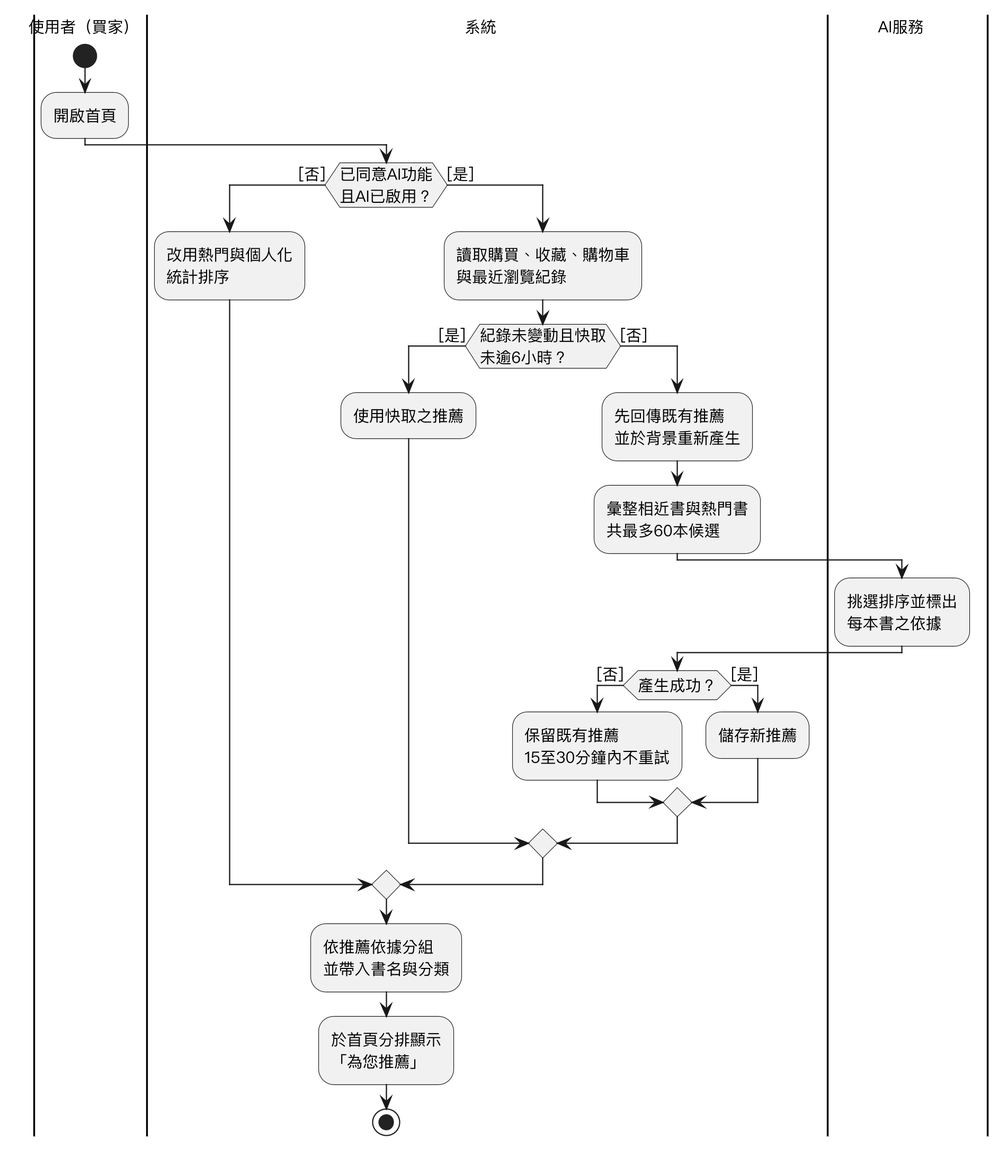
This is Diagrams/Activity diagram/v3/uc23.png from SaveMyBook/SaveMyBook, a PlantUML export, as it was before one commit.
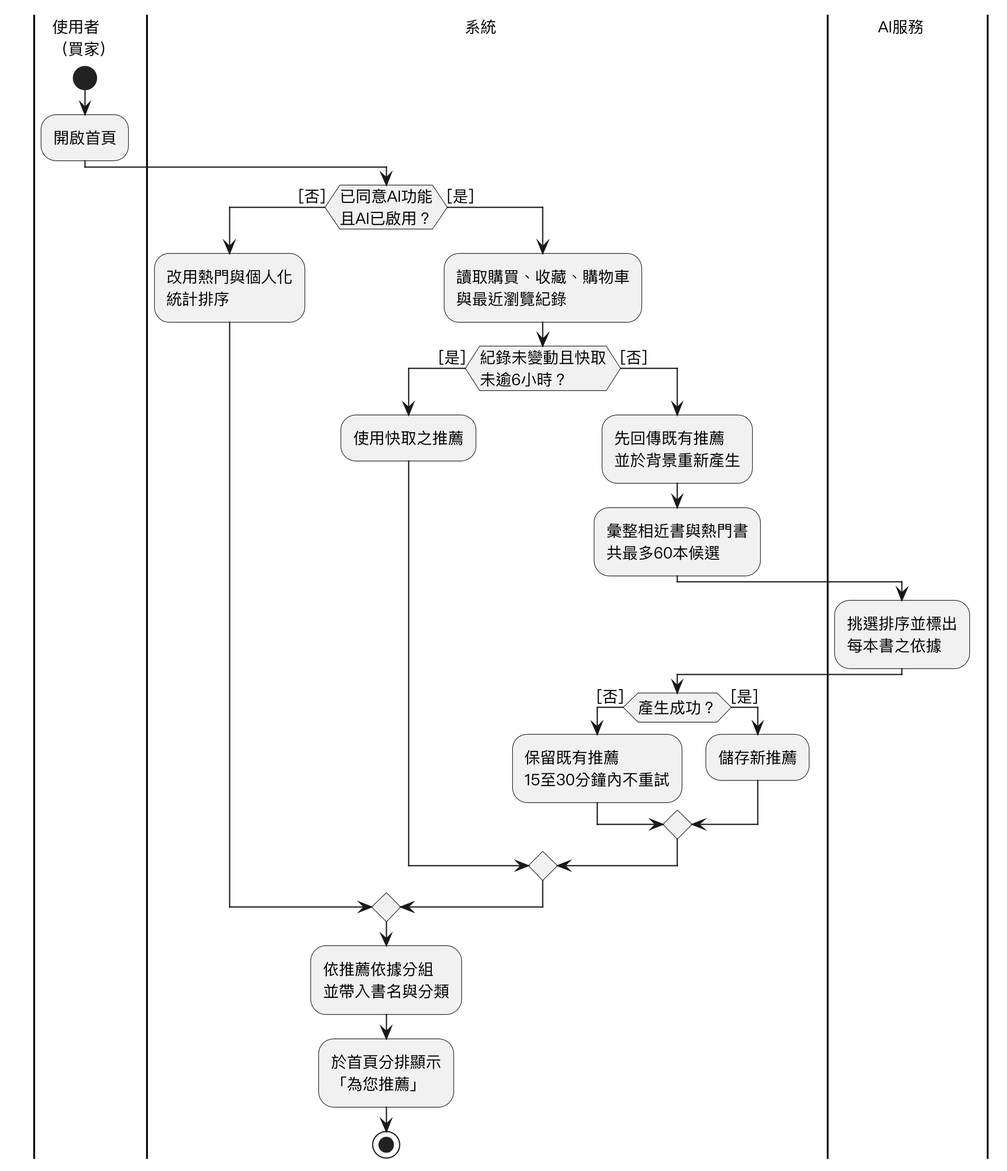
After the commit.

The edit, as a diff of the source:
```diff
@@ -5,7 +5,7 @@
 skinparam defaultFontName "PingFang TC"
 skinparam defaultFontSize 13
 skinparam swimlaneWidth same
-|使用者（買家）|
+|使用者\n（買家）|
 start
 :開啟首頁;
 |系統|
```
